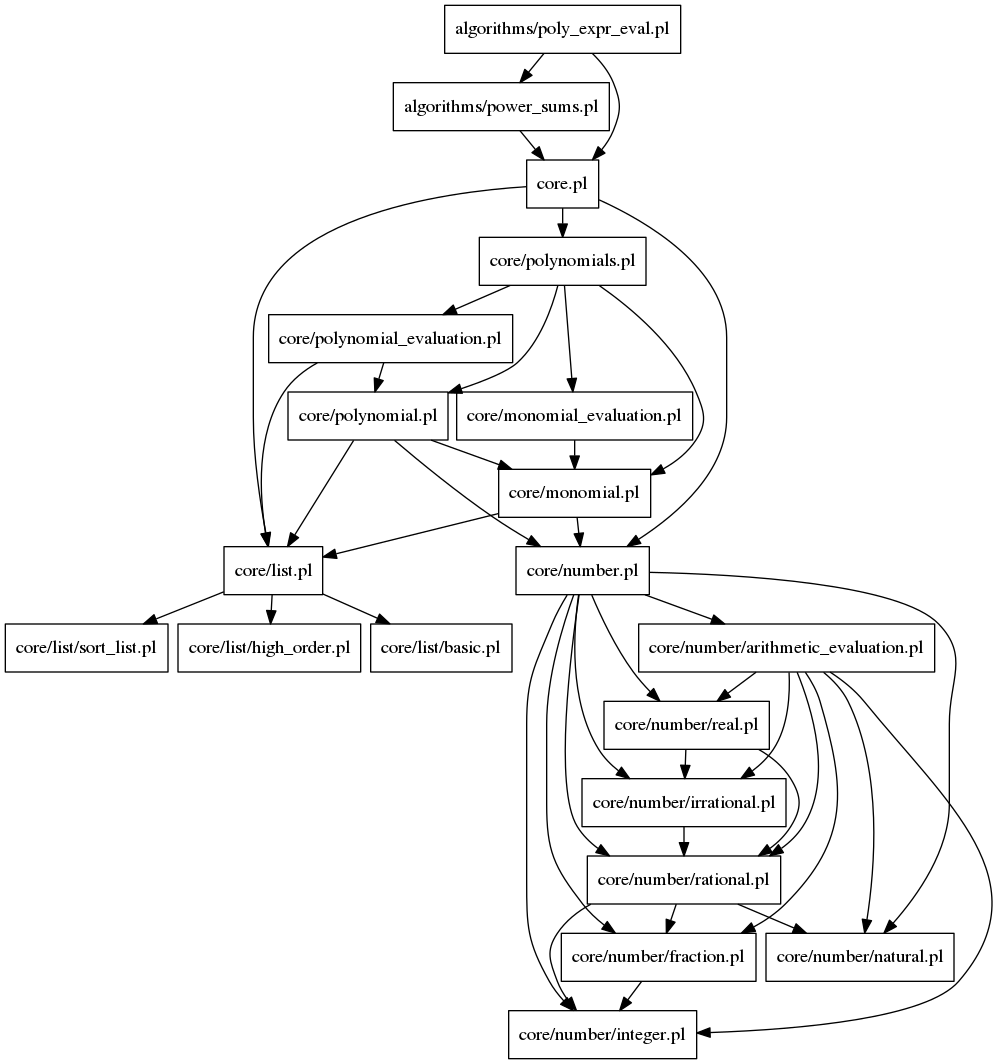
This is docs/algorithms/poly_expr_eval.png from lluisalemanypuig/sycalc, a Graphviz export, as it was before one commit. Its source is kept beside it as docs/.cache/algorithms/poly_expr_eval.dot.
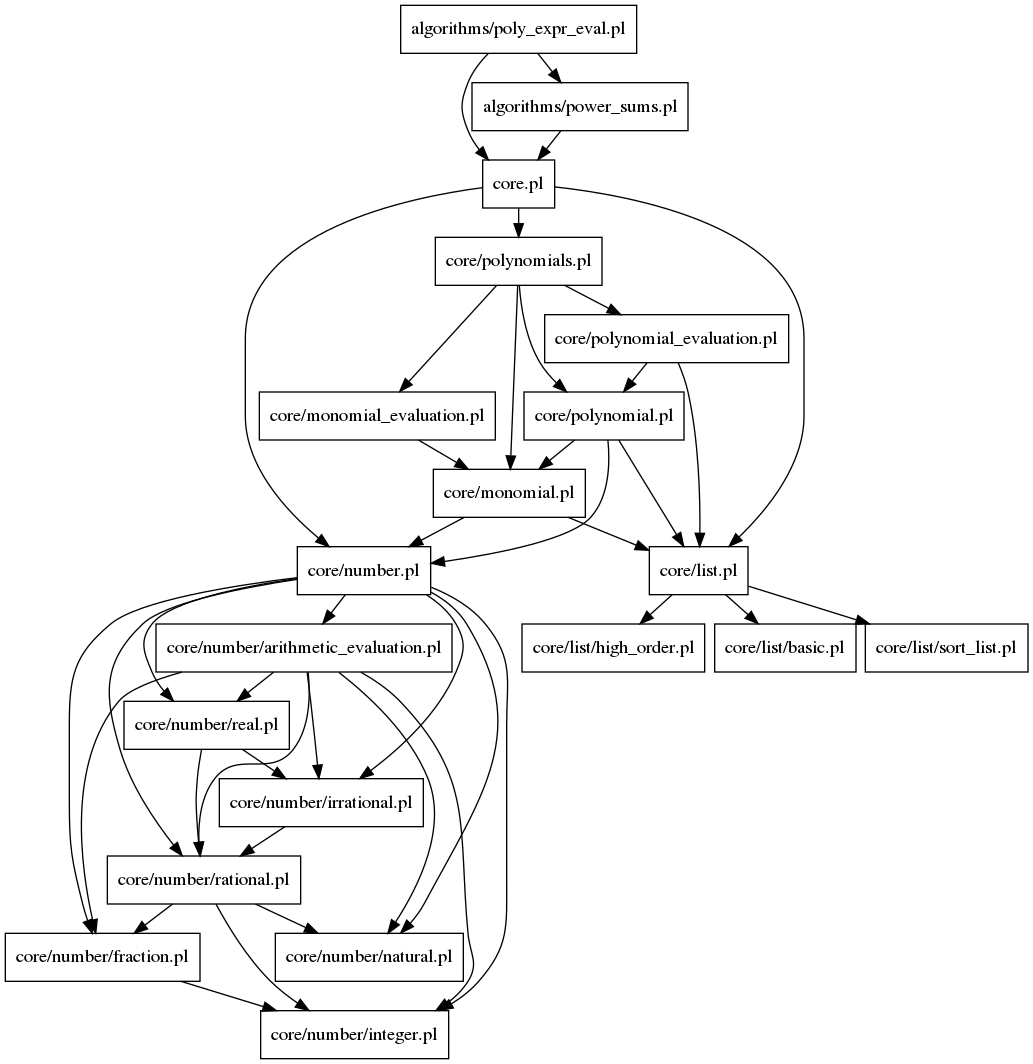
Later version of the same file.

Change to the diagram source:
```diff
@@ -2,45 +2,45 @@
 node [shape=rectangle]
 nodesep = 0.1
 ranksep = 0.3
-"core/number/fraction.pl" -> "core/number/integer.pl"
+"algorithms/poly_expr_eval.pl" -> "core.pl"
+"algorithms/poly_expr_eval.pl" -> "algorithms/power_sums.pl"
+"core.pl" -> "core/number.pl"
+"core.pl" -> "core/list.pl"
+"core.pl" -> "core/polynomials.pl"
+"algorithms/power_sums.pl" -> "core.pl"
+"core/number.pl" -> "core/number/natural.pl"
+"core/number.pl" -> "core/number/rational.pl"
+"core/number.pl" -> "core/number/real.pl"
+"core/number.pl" -> "core/number/fraction.pl"
+"core/number.pl" -> "core/number/integer.pl"
+"core/number.pl" -> "core/number/irrational.pl"
+"core/number.pl" -> "core/number/arithmetic_evaluation.pl"
+"core/list.pl" -> "core/list/basic.pl"
+"core/list.pl" -> "core/list/sort_list.pl"
+"core/list.pl" -> "core/list/high_order.pl"
 "core/polynomials.pl" -> "core/polynomial_evaluation.pl"
-"core/polynomials.pl" -> "core/monomial.pl"
 "core/polynomials.pl" -> "core/polynomial.pl"
 "core/polynomials.pl" -> "core/monomial_evaluation.pl"
+"core/polynomials.pl" -> "core/monomial.pl"
+"core/number/fraction.pl" -> "core/number/integer.pl"
+"core/number/rational.pl" -> "core/number/natural.pl"
+"core/number/rational.pl" -> "core/number/fraction.pl"
+"core/number/rational.pl" -> "core/number/integer.pl"
+"core/number/irrational.pl" -> "core/number/rational.pl"
+"core/number/real.pl" -> "core/number/rational.pl"
+"core/number/real.pl" -> "core/number/irrational.pl"
+"core/number/arithmetic_evaluation.pl" -> "core/number/natural.pl"
+"core/number/arithmetic_evaluation.pl" -> "core/number/rational.pl"
+"core/number/arithmetic_evaluation.pl" -> "core/number/real.pl"
+"core/number/arithmetic_evaluation.pl" -> "core/number/fraction.pl"
+"core/number/arithmetic_evaluation.pl" -> "core/number/integer.pl"
+"core/number/arithmetic_evaluation.pl" -> "core/number/irrational.pl"
+"core/monomial.pl" -> "core/number.pl"
+"core/monomial.pl" -> "core/list.pl"
 "core/monomial_evaluation.pl" -> "core/monomial.pl"
-"algorithms/power_sums.pl" -> "core.pl"
-"core/number/irrational.pl" -> "core/number/rational.pl"
-"core.pl" -> "core/polynomials.pl"
-"core.pl" -> "core/number.pl"
-"core.pl" -> "core/list.pl"
+"core/polynomial.pl" -> "core/number.pl"
+"core/polynomial.pl" -> "core/list.pl"
+"core/polynomial.pl" -> "core/monomial.pl"
 "core/polynomial_evaluation.pl" -> "core/list.pl"
 "core/polynomial_evaluation.pl" -> "core/polynomial.pl"
-"algorithms/poly_expr_eval.pl" -> "core.pl"
-"algorithms/poly_expr_eval.pl" -> "algorithms/power_sums.pl"
-"core/number/arithmetic_evaluation.pl" -> "core/number/integer.pl"
-"core/number/arithmetic_evaluation.pl" -> "core/number/natural.pl"
-"core/number/arithmetic_evaluation.pl" -> "core/number/fraction.pl"
-"core/number/arithmetic_evaluation.pl" -> "core/number/irrational.pl"
-"core/number/arithmetic_evaluation.pl" -> "core/number/real.pl"
-"core/number/arithmetic_evaluation.pl" -> "core/number/rational.pl"
-"core/number.pl" -> "core/number/integer.pl"
-"core/number.pl" -> "core/number/natural.pl"
-"core/number.pl" -> "core/number/fraction.pl"
-"core/number.pl" -> "core/number/irrational.pl"
-"core/number.pl" -> "core/number/arithmetic_evaluation.pl"
-"core/number.pl" -> "core/number/real.pl"
-"core/number.pl" -> "core/number/rational.pl"
-"core/list.pl" -> "core/list/sort_list.pl"
-"core/list.pl" -> "core/list/high_order.pl"
-"core/list.pl" -> "core/list/basic.pl"
-"core/polynomial.pl" -> "core/monomial.pl"
-"core/polynomial.pl" -> "core/number.pl"
-"core/polynomial.pl" -> "core/list.pl"
-"core/number/real.pl" -> "core/number/irrational.pl"
-"core/number/real.pl" -> "core/number/rational.pl"
-"core/monomial.pl" -> "core/number.pl"
-"core/monomial.pl" -> "core/list.pl"
-"core/number/rational.pl" -> "core/number/integer.pl"
-"core/number/rational.pl" -> "core/number/natural.pl"
-"core/number/rational.pl" -> "core/number/fraction.pl"
 }
```
